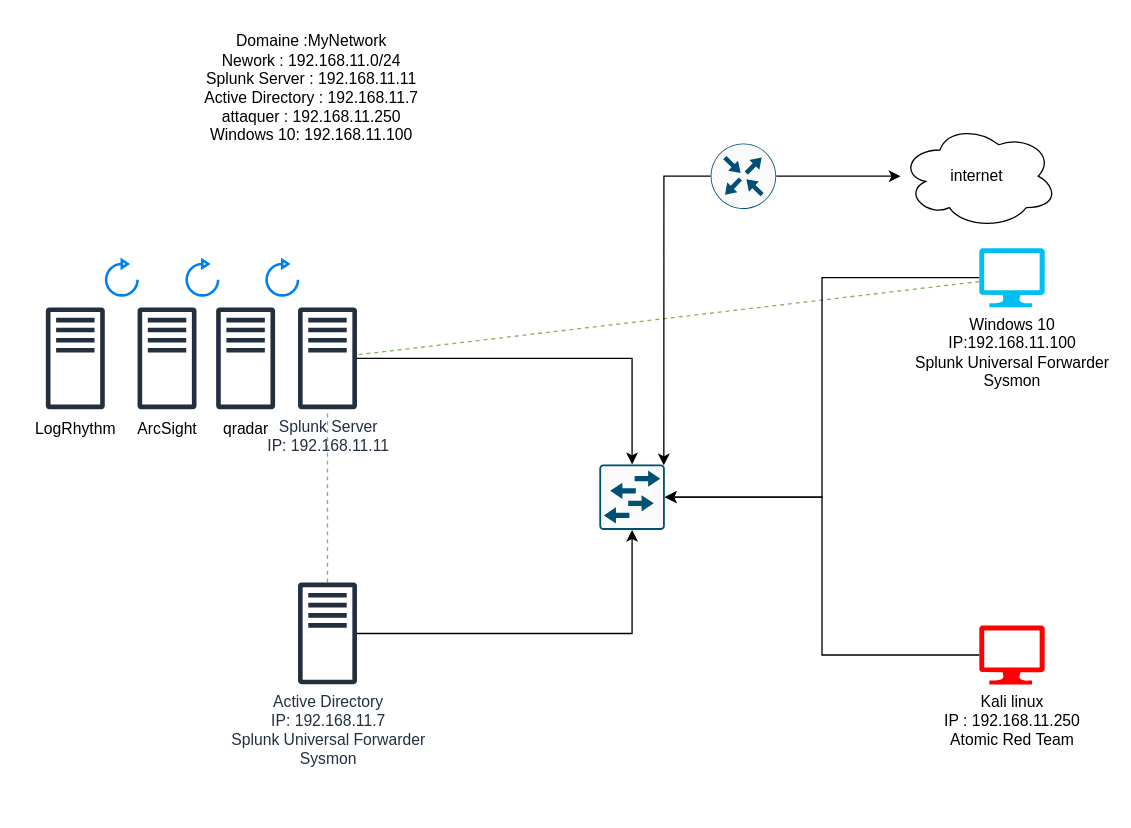
This is Untitled Diagram.drawio from abdobzx/PFA_V2, a draw.io file, before an edit. Source tidied: cells renumbered, new cells numbered last; positions are measured from the earlier drawing's top-left corner, leaving out a move shared by most shapes. Both pictures are drawn from the tidied source at 131%, with x=0, y=0 at pixel (22, 22).
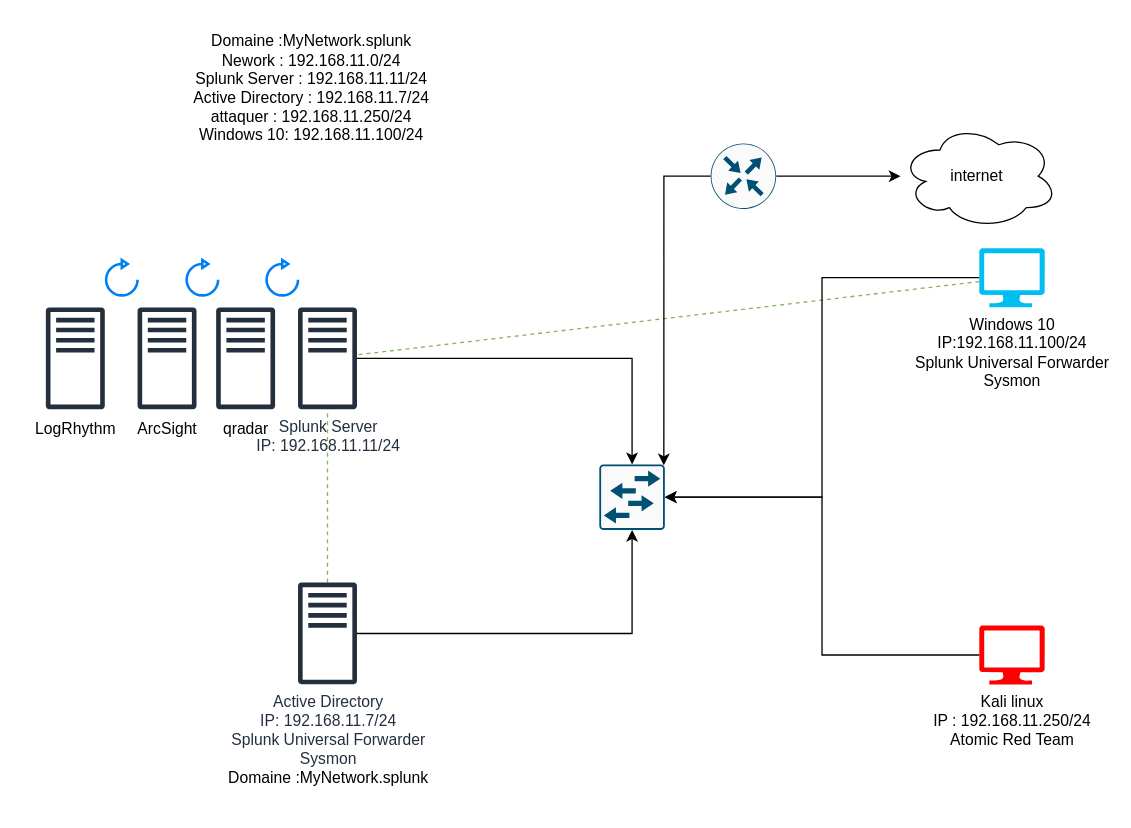
After the change.

The edit, as a diff of the source:
```diff
@@
-    <mxCell id="3" value="Windows 10&lt;br&gt;IP:192.168.11.100&lt;div&gt;Splunk Universal Forwarder&lt;br&gt;Sysmon&lt;/div&gt;" style="verticalLabelPosition=bottom;html=1;verticalAlign=top;align=center;strokeColor=none;fillColor=#00BEF2;shape=mxgraph.azure.computer;" parent="1" vertex="1">
+    <mxCell id="3" value="Windows 10&lt;br&gt;IP:192.168.11.100/24&lt;div&gt;Splunk Universal Forwarder&lt;br&gt;Sysmon&lt;/div&gt;" style="verticalLabelPosition=bottom;html=1;verticalAlign=top;align=center;strokeColor=none;fillColor=#00BEF2;shape=mxgraph.azure.computer;" parent="1" vertex="1">
       <mxGeometry x="730" y="172" width="50" height="45" as="geometry" />
     </mxCell>
-    <mxCell id="4" value="Kali linux&lt;br&gt;IP : 192.168.11.250&lt;div&gt;Atomic Red Team&lt;/div&gt;" style="verticalLabelPosition=bottom;html=1;verticalAlign=top;align=center;strokeColor=none;fillColor=#FF0000;shape=mxgraph.azure.computer;" parent="1" vertex="1">
+    <mxCell id="4" value="Kali linux&lt;br&gt;IP : 192.168.11.250/24&lt;div&gt;Atomic Red Team&lt;/div&gt;" style="verticalLabelPosition=bottom;html=1;verticalAlign=top;align=center;strokeColor=none;fillColor=#FF0000;shape=mxgraph.azure.computer;" parent="1" vertex="1">
       <mxGeometry x="730" y="460" width="50" height="45" as="geometry" />
     </mxCell>
-    <mxCell id="5" value="Splunk Server&lt;br&gt;IP: 192.168.11.11" style="sketch=0;outlineConnect=0;fontColor=#232F3E;gradientColor=none;fillColor=#232F3D;strokeColor=none;dashed=0;verticalLabelPosition=bottom;verticalAlign=top;align=center;html=1;fontSize=12;fontStyle=0;shape=mxgraph.aws4.traditional_server;" parent="1" vertex="1">
+    <mxCell id="5" value="Splunk Server&lt;br&gt;IP: 192.168.11.11/24" style="sketch=0;outlineConnect=0;fontColor=#232F3E;gradientColor=none;fillColor=#232F3D;strokeColor=none;dashed=0;verticalLabelPosition=bottom;verticalAlign=top;align=center;html=1;fontSize=12;fontStyle=0;shape=mxgraph.aws4.traditional_server;" parent="1" vertex="1">
       <mxGeometry x="210" y="217" width="45" height="78" as="geometry" />
     </mxCell>
@@
-    <mxCell id="7" value="Active Directory&lt;br&gt;IP: 192.168.11.7&lt;br&gt;Splunk Universal Forwarder&lt;br&gt;Sysmon" style="sketch=0;outlineConnect=0;fontColor=#232F3E;gradientColor=none;fillColor=#232F3D;strokeColor=none;dashed=0;verticalLabelPosition=bottom;verticalAlign=top;align=center;html=1;fontSize=12;fontStyle=0;shape=mxgraph.aws4.traditional_server;" parent="1" vertex="1">
+    <mxCell id="7" value="Active Directory&lt;br&gt;IP: 192.168.11.7/24&lt;br&gt;Splunk Universal Forwarder&lt;br&gt;Sysmon&lt;div&gt;&lt;span style=&quot;color: rgb(0, 0, 0);&quot;&gt;Domaine :MyNetwork.splunk&lt;/span&gt;&lt;br&gt;&lt;/div&gt;&lt;div&gt;&lt;span style=&quot;color: rgb(0, 0, 0);&quot;&gt;&lt;br&gt;&lt;/span&gt;&lt;/div&gt;" style="sketch=0;outlineConnect=0;fontColor=#232F3E;gradientColor=none;fillColor=#232F3D;strokeColor=none;dashed=0;verticalLabelPosition=bottom;verticalAlign=top;align=center;html=1;fontSize=12;fontStyle=0;shape=mxgraph.aws4.traditional_server;" parent="1" vertex="1">
       <mxGeometry x="210" y="427" width="45" height="78" as="geometry" />
     </mxCell>
@@
-    <mxCell id="17" value="Domaine :MyNetwork&lt;div&gt;Nework : 192.168.11.0/24&lt;/div&gt;&lt;div&gt;Splunk Server : 192.168.11.11&lt;/div&gt;&lt;div&gt;Active Directory : 192.168.11.7&lt;/div&gt;&lt;div&gt;attaquer : 192.168.11.250&lt;/div&gt;&lt;div&gt;Windows 10: 192.168.11.100&lt;/div&gt;" style="text;html=1;align=center;verticalAlign=middle;strokeColor=none;fillColor=none;" parent="1" vertex="1">
-      <mxGeometry x="125" width="190" height="100" as="geometry" />
+    <mxCell id="17" value="Domaine :MyNetwork.splunk&lt;div&gt;Nework : 192.168.11.0/24&lt;/div&gt;&lt;div&gt;Splunk Server : 192.168.11.11/24&lt;/div&gt;&lt;div&gt;Active Directory : 192.168.11.7/24&lt;/div&gt;&lt;div&gt;attaquer : 192.168.11.250/24&lt;/div&gt;&lt;div&gt;Windows 10: 192.168.11.100/24&lt;/div&gt;" style="text;html=1;align=center;verticalAlign=middle;strokeColor=none;fillColor=none;" parent="1" vertex="1">
+      <mxGeometry x="120" width="200" height="100" as="geometry" />
     </mxCell>
```
